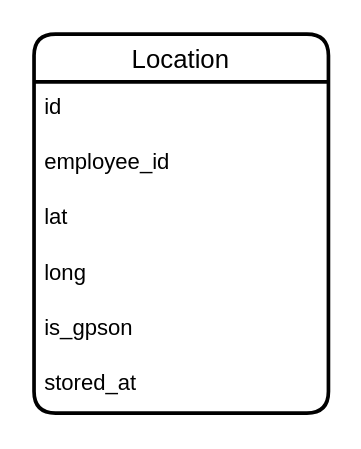
Above: workforce.drawio in iztileuoff/databases (draw.io), before the change. Source tidied: cells renumbered, new cells numbered last; positions are measured from the earlier drawing's top-left corner, leaving out a move shared by most shapes. Both pictures are drawn from the tidied source at 184%, with x=0, y=0 at pixel (33, 33).
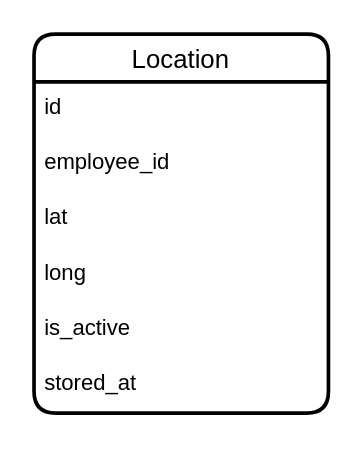
After the change.

The edit, as a diff of the source:
```diff
@@
 <mxGraphModel>
   <root>
     <mxCell id="0" />
     <mxCell id="1" parent="0" />
     <mxCell id="2" value="Location" style="swimlane;fontStyle=0;horizontal=1;startSize=26;align=center;fontSize=14;strokeWidth=2;rounded=1;shadow=0;glass=0;swimlaneLine=1;" parent="1" vertex="1">
       <mxGeometry width="160" height="206" as="geometry" />
     </mxCell>
     <mxCell id="3" value="id" style="text;strokeColor=none;fillColor=none;spacingLeft=4;spacingRight=4;overflow=hidden;fontSize=12;whiteSpace=wrap;html=1;" parent="2" vertex="1">
       <mxGeometry y="26" width="160" height="30" as="geometry" />
     </mxCell>
     <mxCell id="4" value="employee_id" style="text;strokeColor=none;fillColor=none;spacingLeft=4;spacingRight=4;overflow=hidden;fontSize=12;whiteSpace=wrap;html=1;" parent="2" vertex="1">
       <mxGeometry y="56" width="160" height="30" as="geometry" />
     </mxCell>
     <mxCell id="5" value="lat" style="text;strokeColor=none;fillColor=none;spacingLeft=4;spacingRight=4;overflow=hidden;fontSize=12;whiteSpace=wrap;html=1;" parent="2" vertex="1">
       <mxGeometry y="86" width="160" height="30" as="geometry" />
     </mxCell>
     <mxCell id="6" value="long" style="text;strokeColor=none;fillColor=none;spacingLeft=4;spacingRight=4;overflow=hidden;fontSize=12;whiteSpace=wrap;html=1;" parent="2" vertex="1">
       <mxGeometry y="116" width="160" height="30" as="geometry" />
     </mxCell>
-    <mxCell id="7" value="is_gpson" style="text;strokeColor=none;fillColor=none;spacingLeft=4;spacingRight=4;overflow=hidden;fontSize=12;whiteSpace=wrap;html=1;" parent="2" vertex="1">
+    <mxCell id="7" value="is_active" style="text;strokeColor=none;fillColor=none;spacingLeft=4;spacingRight=4;overflow=hidden;fontSize=12;whiteSpace=wrap;html=1;" parent="2" vertex="1">
       <mxGeometry y="146" width="160" height="30" as="geometry" />
     </mxCell>
     <mxCell id="8" value="stored_at" style="text;strokeColor=none;fillColor=none;spacingLeft=4;spacingRight=4;overflow=hidden;fontSize=12;whiteSpace=wrap;html=1;" parent="2" vertex="1">
       <mxGeometry y="176" width="160" height="30" as="geometry" />
     </mxCell>
   </root>
 </mxGraphModel>
```
